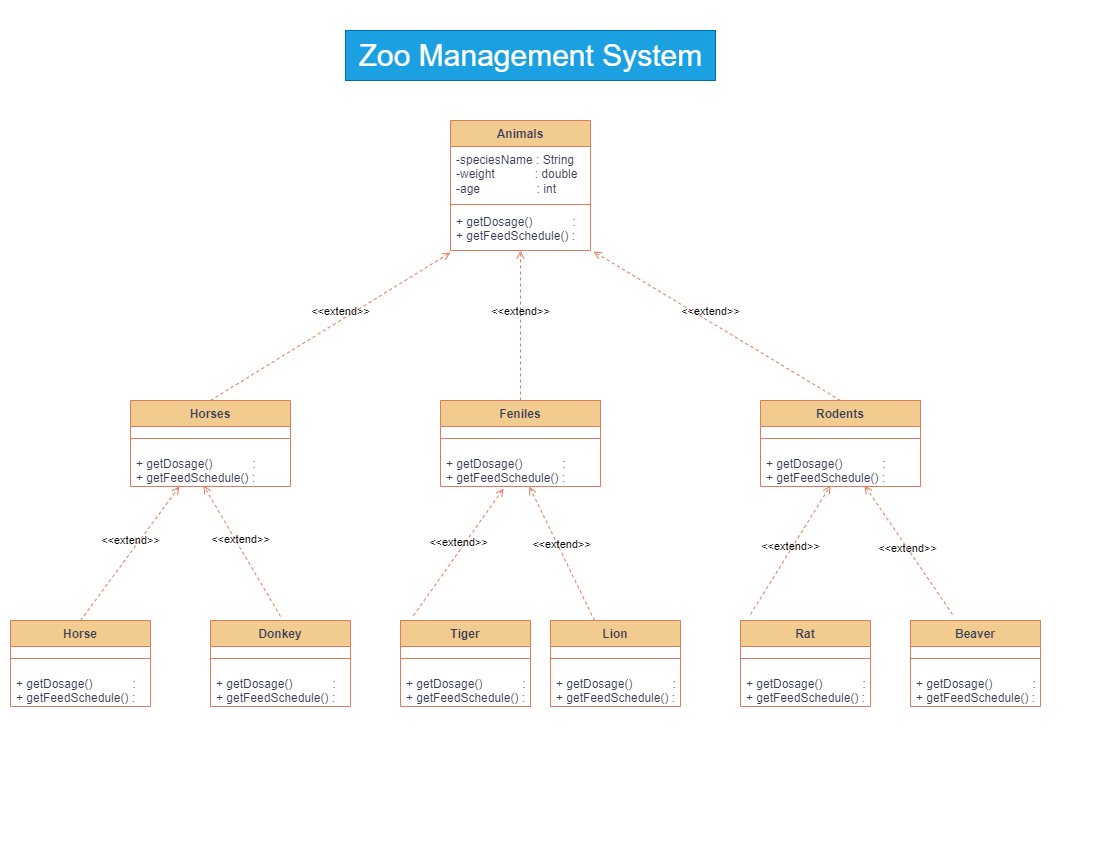
Before: src/_01_ZooManagementSystem/Zoo Management System.png, a diagram exported from draw.io (ChatGTHB/OOP). Source tidied: cells renumbered, new cells last; positions are measured from the earlier drawing's top-left corner, leaving out a move shared by most shapes. The source it was exported from:
```xml
<mxGraphModel background="#ffffff">
  <root>
    <mxCell id="0" />
    <mxCell id="1" parent="0" />
    <mxCell id="2" value="Animals" style="swimlane;fontStyle=1;align=center;verticalAlign=top;horizontal=1;startSize=26;whiteSpace=wrap;html=1;labelBackgroundColor=none;fillColor=#F2CC8F;strokeColor=#E07A5F;fontColor=#393C56;rounded=0;" parent="1" vertex="1">
      <mxGeometry x="440" y="90" width="140" height="130" as="geometry" />
    </mxCell>
    <mxCell id="3" value="-speciesName : String&lt;br&gt;-weight&amp;nbsp; &amp;nbsp; &amp;nbsp; &amp;nbsp; &amp;nbsp; &amp;nbsp; : double&lt;br&gt;-age&amp;nbsp; &amp;nbsp; &amp;nbsp; &amp;nbsp; &amp;nbsp; &amp;nbsp; &amp;nbsp; &amp;nbsp; &amp;nbsp;: int" style="text;strokeColor=none;fillColor=none;align=left;verticalAlign=top;spacingLeft=4;spacingRight=4;overflow=hidden;whiteSpace=wrap;html=1;labelBackgroundColor=none;fontColor=#393C56;rounded=0;" parent="2" vertex="1">
      <mxGeometry y="26" width="140" height="54" as="geometry" />
    </mxCell>
    <mxCell id="4" style="line;strokeWidth=1;fillColor=none;align=left;verticalAlign=middle;spacingTop=-1;spacingLeft=3;spacingRight=3;labelPosition=right;strokeColor=#E07A5F;labelBackgroundColor=none;fontColor=#393C56;rounded=0;" parent="2" vertex="1">
      <mxGeometry y="80" width="140" height="8" as="geometry" />
    </mxCell>
    <mxCell id="5" value="+ getDosage()&amp;nbsp; &amp;nbsp; &amp;nbsp; &amp;nbsp; &amp;nbsp; &amp;nbsp; :&lt;br&gt;+ getFeedSchedule() :" style="text;strokeColor=none;fillColor=none;align=left;verticalAlign=top;spacingLeft=4;spacingRight=4;overflow=hidden;points=[[0,0.5],[1,0.5]];portConstraint=eastwest;whiteSpace=wrap;html=1;labelBackgroundColor=none;fontColor=#393C56;rounded=0;" parent="2" vertex="1">
      <mxGeometry y="88" width="140" height="42" as="geometry" />
    </mxCell>
    <mxCell id="6" value="Horses" style="swimlane;fontStyle=1;align=center;verticalAlign=top;horizontal=1;startSize=26;whiteSpace=wrap;html=1;labelBackgroundColor=none;fillColor=#F2CC8F;strokeColor=#E07A5F;fontColor=#393C56;rounded=0;" parent="1" vertex="1">
      <mxGeometry x="120" y="370" width="160" height="86" as="geometry" />
    </mxCell>
    <mxCell id="7" style="line;strokeWidth=1;fillColor=none;align=left;verticalAlign=middle;spacingTop=-1;spacingLeft=3;spacingRight=3;labelPosition=right;strokeColor=#E07A5F;labelBackgroundColor=none;fontColor=#393C56;rounded=0;" parent="6" vertex="1">
      <mxGeometry y="26" width="160" height="24" as="geometry" />
    </mxCell>
    <mxCell id="8" value="+ getDosage()&amp;nbsp; &amp;nbsp; &amp;nbsp; &amp;nbsp; &amp;nbsp; &amp;nbsp; :&lt;br style=&quot;border-color: var(--border-color);&quot;&gt;+ getFeedSchedule() :" style="text;strokeColor=none;fillColor=none;align=left;verticalAlign=top;spacingLeft=4;spacingRight=4;overflow=hidden;points=[[0,0.5],[1,0.5]];portConstraint=eastwest;whiteSpace=wrap;html=1;labelBackgroundColor=none;fontColor=#393C56;rounded=0;" parent="6" vertex="1">
      <mxGeometry y="50" width="160" height="36" as="geometry" />
    </mxCell>
    <mxCell id="9" value="Rodents" style="swimlane;fontStyle=1;align=center;verticalAlign=top;horizontal=1;startSize=26;whiteSpace=wrap;html=1;labelBackgroundColor=none;fillColor=#F2CC8F;strokeColor=#E07A5F;fontColor=#393C56;rounded=0;" parent="1" vertex="1">
      <mxGeometry x="750" y="370" width="160" height="86" as="geometry" />
    </mxCell>
    <mxCell id="10" style="line;strokeWidth=1;fillColor=none;align=left;verticalAlign=middle;spacingTop=-1;spacingLeft=3;spacingRight=3;labelPosition=right;strokeColor=#E07A5F;labelBackgroundColor=none;fontColor=#393C56;rounded=0;" parent="9" vertex="1">
      <mxGeometry y="26" width="160" height="24" as="geometry" />
    </mxCell>
    <mxCell id="11" value="+ getDosage()&amp;nbsp; &amp;nbsp; &amp;nbsp; &amp;nbsp; &amp;nbsp; &amp;nbsp; :&lt;br style=&quot;border-color: var(--border-color);&quot;&gt;+ getFeedSchedule() :" style="text;strokeColor=none;fillColor=none;align=left;verticalAlign=top;spacingLeft=4;spacingRight=4;overflow=hidden;points=[[0,0.5],[1,0.5]];portConstraint=eastwest;whiteSpace=wrap;html=1;labelBackgroundColor=none;fontColor=#393C56;rounded=0;" parent="9" vertex="1">
      <mxGeometry y="50" width="160" height="36" as="geometry" />
    </mxCell>
    <mxCell id="12" value="&amp;lt;&amp;lt;extend&amp;gt;&amp;gt;" style="html=1;verticalAlign=bottom;labelBackgroundColor=none;endArrow=open;endFill=0;dashed=1;rounded=0;entryX=0;entryY=1.048;entryDx=0;entryDy=0;entryPerimeter=0;exitX=0.5;exitY=0;exitDx=0;exitDy=0;strokeColor=#E07A5F;fontColor=default;" parent="1" edge="1" source="6" target="5">
      <mxGeometry x="0.08" relative="1" as="geometry" />
    </mxCell>
    <mxCell id="13" value="&amp;lt;&amp;lt;extend&amp;gt;&amp;gt;" style="html=1;verticalAlign=bottom;labelBackgroundColor=none;endArrow=open;endFill=0;dashed=1;rounded=0;entryX=0.5;entryY=1;entryDx=0;entryDy=0;entryPerimeter=0;exitX=0.5;exitY=0;exitDx=0;exitDy=0;strokeColor=#E07A5F;fontColor=default;" parent="1" edge="1" source="33" target="5">
      <mxGeometry x="0.07" relative="1" as="geometry" />
    </mxCell>
    <mxCell id="14" value="&amp;lt;&amp;lt;extend&amp;gt;&amp;gt;" style="html=1;verticalAlign=bottom;labelBackgroundColor=none;endArrow=open;endFill=0;dashed=1;rounded=0;entryX=1.021;entryY=1.024;entryDx=0;entryDy=0;entryPerimeter=0;exitX=0.5;exitY=0;exitDx=0;exitDy=0;strokeColor=#E07A5F;fontColor=default;" parent="1" edge="1" source="9" target="5">
      <mxGeometry x="0.06" y="-1" relative="1" as="geometry">
        <mxPoint x="1" as="offset" />
      </mxGeometry>
    </mxCell>
    <mxCell id="15" value="Tiger" style="swimlane;fontStyle=1;align=center;verticalAlign=top;horizontal=1;startSize=26;whiteSpace=wrap;html=1;labelBackgroundColor=none;fillColor=#F2CC8F;strokeColor=#E07A5F;fontColor=#393C56;rounded=0;" parent="1" vertex="1">
      <mxGeometry x="390" y="590" width="130" height="86" as="geometry" />
    </mxCell>
    <mxCell id="16" style="line;strokeWidth=1;fillColor=none;align=left;verticalAlign=middle;spacingTop=-1;spacingLeft=3;spacingRight=3;labelPosition=right;strokeColor=#E07A5F;labelBackgroundColor=none;fontColor=#393C56;rounded=0;" parent="15" vertex="1">
      <mxGeometry y="26" width="130" height="24" as="geometry" />
    </mxCell>
    <mxCell id="17" value="+ getDosage()&amp;nbsp; &amp;nbsp; &amp;nbsp; &amp;nbsp; &amp;nbsp; &amp;nbsp; :&lt;br style=&quot;border-color: var(--border-color);&quot;&gt;+ getFeedSchedule() :" style="text;strokeColor=none;fillColor=none;align=left;verticalAlign=top;spacingLeft=4;spacingRight=4;overflow=hidden;whiteSpace=wrap;html=1;labelBackgroundColor=none;fontColor=#393C56;rounded=0;" parent="15" vertex="1">
      <mxGeometry y="50" width="130" height="36" as="geometry" />
    </mxCell>
    <mxCell id="18" value="Lion" style="swimlane;fontStyle=1;align=center;verticalAlign=top;horizontal=1;startSize=26;whiteSpace=wrap;html=1;labelBackgroundColor=none;fillColor=#F2CC8F;strokeColor=#E07A5F;fontColor=#393C56;rounded=0;" parent="1" vertex="1">
      <mxGeometry x="540" y="590" width="130" height="86" as="geometry" />
    </mxCell>
    <mxCell id="19" style="line;strokeWidth=1;fillColor=none;align=left;verticalAlign=middle;spacingTop=-1;spacingLeft=3;spacingRight=3;labelPosition=right;strokeColor=#E07A5F;labelBackgroundColor=none;fontColor=#393C56;rounded=0;" parent="18" vertex="1">
      <mxGeometry y="26" width="130" height="24" as="geometry" />
    </mxCell>
    <mxCell id="20" value="+ getDosage()&amp;nbsp; &amp;nbsp; &amp;nbsp; &amp;nbsp; &amp;nbsp; &amp;nbsp; :&lt;br style=&quot;border-color: var(--border-color);&quot;&gt;+ getFeedSchedule() :" style="text;strokeColor=none;fillColor=none;align=left;verticalAlign=top;spacingLeft=4;spacingRight=4;overflow=hidden;whiteSpace=wrap;html=1;labelBackgroundColor=none;fontColor=#393C56;rounded=0;" parent="18" vertex="1">
      <mxGeometry y="50" width="130" height="36" as="geometry" />
    </mxCell>
    <mxCell id="21" value="Rat" style="swimlane;fontStyle=1;align=center;verticalAlign=top;horizontal=1;startSize=26;whiteSpace=wrap;html=1;labelBackgroundColor=none;fillColor=#F2CC8F;strokeColor=#E07A5F;fontColor=#393C56;rounded=0;" parent="1" vertex="1">
      <mxGeometry x="730" y="590" width="130" height="86" as="geometry" />
    </mxCell>
    <mxCell id="22" style="line;strokeWidth=1;fillColor=none;align=left;verticalAlign=middle;spacingTop=-1;spacingLeft=3;spacingRight=3;labelPosition=right;strokeColor=#E07A5F;labelBackgroundColor=none;fontColor=#393C56;rounded=0;" parent="21" vertex="1">
      <mxGeometry y="26" width="130" height="24" as="geometry" />
    </mxCell>
    <mxCell id="23" value="+ getDosage()&amp;nbsp; &amp;nbsp; &amp;nbsp; &amp;nbsp; &amp;nbsp; &amp;nbsp; :&lt;br style=&quot;border-color: var(--border-color);&quot;&gt;+ getFeedSchedule() :" style="text;strokeColor=none;fillColor=none;align=left;verticalAlign=top;spacingLeft=4;spacingRight=4;overflow=hidden;whiteSpace=wrap;html=1;labelBackgroundColor=none;fontColor=#393C56;rounded=0;" parent="21" vertex="1">
      <mxGeometry y="50" width="130" height="36" as="geometry" />
    </mxCell>
    <mxCell id="24" value="Beaver" style="swimlane;fontStyle=1;align=center;verticalAlign=top;horizontal=1;startSize=26;whiteSpace=wrap;html=1;labelBackgroundColor=none;fillColor=#F2CC8F;strokeColor=#E07A5F;fontColor=#393C56;rounded=0;" parent="1" vertex="1">
      <mxGeometry x="900" y="590" width="130" height="86" as="geometry" />
    </mxCell>
    <mxCell id="25" style="line;strokeWidth=1;fillColor=none;align=left;verticalAlign=middle;spacingTop=-1;spacingLeft=3;spacingRight=3;labelPosition=right;strokeColor=#E07A5F;labelBackgroundColor=none;fontColor=#393C56;rounded=0;" parent="24" vertex="1">
      <mxGeometry y="26" width="130" height="24" as="geometry" />
    </mxCell>
    <mxCell id="26" value="+ getDosage()&amp;nbsp; &amp;nbsp; &amp;nbsp; &amp;nbsp; &amp;nbsp; &amp;nbsp; :&lt;br style=&quot;border-color: var(--border-color);&quot;&gt;+ getFeedSchedule() :" style="text;strokeColor=none;fillColor=none;align=left;verticalAlign=top;spacingLeft=4;spacingRight=4;overflow=hidden;whiteSpace=wrap;html=1;labelBackgroundColor=none;fontColor=#393C56;rounded=0;" parent="24" vertex="1">
      <mxGeometry y="50" width="130" height="36" as="geometry" />
    </mxCell>
    <mxCell id="27" value="Donkey" style="swimlane;fontStyle=1;align=center;verticalAlign=top;horizontal=1;startSize=26;whiteSpace=wrap;html=1;labelBackgroundColor=none;fillColor=#F2CC8F;strokeColor=#E07A5F;fontColor=#393C56;rounded=0;" parent="1" vertex="1">
      <mxGeometry x="200" y="590" width="140" height="86" as="geometry" />
    </mxCell>
    <mxCell id="28" style="line;strokeWidth=1;fillColor=none;align=left;verticalAlign=middle;spacingTop=-1;spacingLeft=3;spacingRight=3;labelPosition=right;strokeColor=#E07A5F;labelBackgroundColor=none;fontColor=#393C56;rounded=0;" parent="27" vertex="1">
      <mxGeometry y="26" width="140" height="24" as="geometry" />
    </mxCell>
    <mxCell id="29" value="+ getDosage()&amp;nbsp; &amp;nbsp; &amp;nbsp; &amp;nbsp; &amp;nbsp; &amp;nbsp; :&lt;br style=&quot;border-color: var(--border-color);&quot;&gt;+ getFeedSchedule() :" style="text;strokeColor=none;fillColor=none;align=left;verticalAlign=top;spacingLeft=4;spacingRight=4;overflow=hidden;whiteSpace=wrap;html=1;labelBackgroundColor=none;fontColor=#393C56;rounded=0;" parent="27" vertex="1">
      <mxGeometry y="50" width="140" height="36" as="geometry" />
    </mxCell>
    <mxCell id="30" value="Horse" style="swimlane;fontStyle=1;align=center;verticalAlign=top;horizontal=1;startSize=26;whiteSpace=wrap;html=1;labelBackgroundColor=none;fillColor=#F2CC8F;strokeColor=#E07A5F;fontColor=#393C56;rounded=0;" parent="1" vertex="1">
      <mxGeometry y="590" width="140" height="86" as="geometry" />
    </mxCell>
    <mxCell id="31" style="line;strokeWidth=1;fillColor=none;align=left;verticalAlign=middle;spacingTop=-1;spacingLeft=3;spacingRight=3;labelPosition=right;strokeColor=#E07A5F;labelBackgroundColor=none;fontColor=#393C56;rounded=0;" parent="30" vertex="1">
      <mxGeometry y="26" width="140" height="24" as="geometry" />
    </mxCell>
    <mxCell id="32" value="+ getDosage()&amp;nbsp; &amp;nbsp; &amp;nbsp; &amp;nbsp; &amp;nbsp; &amp;nbsp; :&lt;br style=&quot;border-color: var(--border-color);&quot;&gt;+ getFeedSchedule() :" style="text;strokeColor=none;fillColor=none;align=left;verticalAlign=top;spacingLeft=4;spacingRight=4;overflow=hidden;whiteSpace=wrap;html=1;labelBackgroundColor=none;fontColor=#393C56;rounded=0;" parent="30" vertex="1">
      <mxGeometry y="50" width="140" height="36" as="geometry" />
    </mxCell>
    <mxCell id="33" value="Feniles" style="swimlane;fontStyle=1;align=center;verticalAlign=top;horizontal=1;startSize=26;whiteSpace=wrap;html=1;labelBackgroundColor=none;fillColor=#F2CC8F;strokeColor=#E07A5F;fontColor=#393C56;rounded=0;" parent="1" vertex="1">
      <mxGeometry x="430" y="370" width="160" height="86" as="geometry" />
    </mxCell>
    <mxCell id="34" style="line;strokeWidth=1;fillColor=none;align=left;verticalAlign=middle;spacingTop=-1;spacingLeft=3;spacingRight=3;labelPosition=right;strokeColor=#E07A5F;labelBackgroundColor=none;fontColor=#393C56;rounded=0;" parent="33" vertex="1">
      <mxGeometry y="26" width="160" height="24" as="geometry" />
    </mxCell>
    <mxCell id="35" value="+ getDosage()&amp;nbsp; &amp;nbsp; &amp;nbsp; &amp;nbsp; &amp;nbsp; &amp;nbsp; :&lt;br style=&quot;border-color: var(--border-color);&quot;&gt;+ getFeedSchedule() :" style="text;strokeColor=none;fillColor=none;align=left;verticalAlign=top;spacingLeft=4;spacingRight=4;overflow=hidden;points=[[0,0.5],[1,0.5]];portConstraint=eastwest;whiteSpace=wrap;html=1;labelBackgroundColor=none;fontColor=#393C56;rounded=0;" parent="33" vertex="1">
      <mxGeometry y="50" width="160" height="36" as="geometry" />
    </mxCell>
    <mxCell id="36" value="&amp;lt;&amp;lt;extend&amp;gt;&amp;gt;" style="html=1;verticalAlign=bottom;labelBackgroundColor=none;endArrow=open;endFill=0;dashed=1;rounded=0;entryX=0.306;entryY=1;entryDx=0;entryDy=0;entryPerimeter=0;exitX=0.5;exitY=0;exitDx=0;exitDy=0;strokeColor=#E07A5F;fontColor=default;" parent="1" edge="1" source="30" target="8">
      <mxGeometry x="0.05" y="2" relative="1" as="geometry" />
    </mxCell>
    <mxCell id="37" value="&amp;lt;&amp;lt;extend&amp;gt;&amp;gt;" style="html=1;verticalAlign=bottom;labelBackgroundColor=none;endArrow=open;endFill=0;dashed=1;rounded=0;entryX=0.456;entryY=0.972;entryDx=0;entryDy=0;entryPerimeter=0;strokeColor=#E07A5F;fontColor=default;" parent="1" edge="1" target="8">
      <mxGeometry x="0.03" relative="1" as="geometry">
        <mxPoint x="270" y="586" as="sourcePoint" />
      </mxGeometry>
    </mxCell>
    <mxCell id="38" value="&amp;lt;&amp;lt;extend&amp;gt;&amp;gt;" style="html=1;verticalAlign=bottom;labelBackgroundColor=none;endArrow=open;endFill=0;dashed=1;rounded=0;exitX=0.077;exitY=-0.071;exitDx=0;exitDy=0;exitPerimeter=0;entryX=0.438;entryY=0.972;entryDx=0;entryDy=0;entryPerimeter=0;strokeColor=#E07A5F;fontColor=default;" parent="1" edge="1" source="21" target="11">
      <mxGeometry x="0.73" y="-104" relative="1" as="geometry" />
    </mxCell>
    <mxCell id="39" value="&amp;lt;&amp;lt;extend&amp;gt;&amp;gt;" style="html=1;verticalAlign=bottom;labelBackgroundColor=none;endArrow=open;endFill=0;dashed=1;rounded=0;exitX=0.323;exitY=-0.071;exitDx=0;exitDy=0;exitPerimeter=0;entryX=0.65;entryY=0.972;entryDx=0;entryDy=0;entryPerimeter=0;strokeColor=#E07A5F;fontColor=default;" parent="1" edge="1" source="24" target="11">
      <mxGeometry x="0.8" y="101" relative="1" as="geometry" />
    </mxCell>
    <mxCell id="40" value="&amp;lt;&amp;lt;extend&amp;gt;&amp;gt;" style="html=1;verticalAlign=bottom;labelBackgroundColor=none;endArrow=open;endFill=0;dashed=1;rounded=0;strokeColor=#E07A5F;fontColor=default;" parent="1" edge="1" source="18" target="35">
      <mxGeometry relative="1" as="geometry" />
    </mxCell>
    <mxCell id="41" value="&amp;lt;&amp;lt;extend&amp;gt;&amp;gt;" style="html=1;verticalAlign=bottom;labelBackgroundColor=none;endArrow=open;endFill=0;dashed=1;rounded=0;entryX=0.394;entryY=1.056;entryDx=0;entryDy=0;entryPerimeter=0;exitX=0.1;exitY=-0.057;exitDx=0;exitDy=0;exitPerimeter=0;strokeColor=#E07A5F;fontColor=default;" parent="1" edge="1" source="15" target="35">
      <mxGeometry relative="1" as="geometry" />
    </mxCell>
    <mxCell id="42" value="&lt;font style=&quot;font-size: 30px;&quot;&gt;Zoo Management System&lt;/font&gt;" style="text;html=1;align=center;verticalAlign=middle;strokeColor=#006EAF;fillColor=#1ba1e2;labelBackgroundColor=none;fontColor=#ffffff;rounded=0;" parent="1" vertex="1">
      <mxGeometry x="335" width="370" height="50" as="geometry" />
    </mxCell>
  </root>
</mxGraphModel>
```
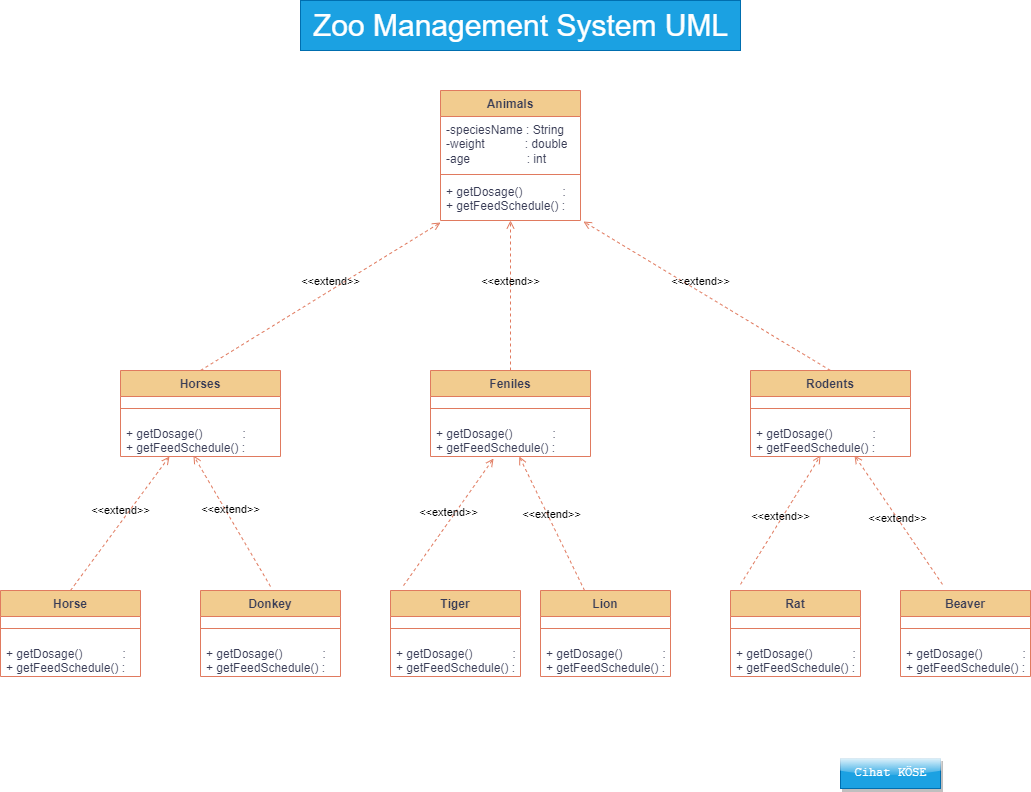
After the commit.

Commit message:
Zoo Management System UML updated

What changed in the source:
```diff
@@ -126,8 +126,11 @@
     <mxCell id="41" value="&amp;lt;&amp;lt;extend&amp;gt;&amp;gt;" style="html=1;verticalAlign=bottom;labelBackgroundColor=none;endArrow=open;endFill=0;dashed=1;rounded=0;entryX=0.394;entryY=1.056;entryDx=0;entryDy=0;entryPerimeter=0;exitX=0.1;exitY=-0.057;exitDx=0;exitDy=0;exitPerimeter=0;strokeColor=#E07A5F;fontColor=default;" parent="1" edge="1" source="15" target="35">
       <mxGeometry relative="1" as="geometry" />
     </mxCell>
-    <mxCell id="42" value="&lt;font style=&quot;font-size: 30px;&quot;&gt;Zoo Management System&lt;/font&gt;" style="text;html=1;align=center;verticalAlign=middle;strokeColor=#006EAF;fillColor=#1ba1e2;labelBackgroundColor=none;fontColor=#ffffff;rounded=0;" parent="1" vertex="1">
-      <mxGeometry x="335" width="370" height="50" as="geometry" />
+    <mxCell id="42" value="&lt;font style=&quot;font-size: 30px;&quot;&gt;Zoo Management System UML&lt;/font&gt;" style="text;html=1;align=center;verticalAlign=middle;strokeColor=#006EAF;fillColor=#1ba1e2;labelBackgroundColor=none;fontColor=#ffffff;rounded=0;" parent="1" vertex="1">
+      <mxGeometry x="300" width="440" height="50" as="geometry" />
     </mxCell>
+    <mxCell id="43" value="Cihat KÖSE" style="text;html=1;align=center;verticalAlign=middle;fillColor=#1ba1e2;strokeColor=#006EAF;fontColor=#ffffff;rounded=0;shadow=1;glass=1;fontFamily=Courier New;" parent="1" vertex="1">
+      <mxGeometry x="840" y="758" width="100" height="30" as="geometry" />
+    </mxCell>
   </root>
 </mxGraphModel>
```
